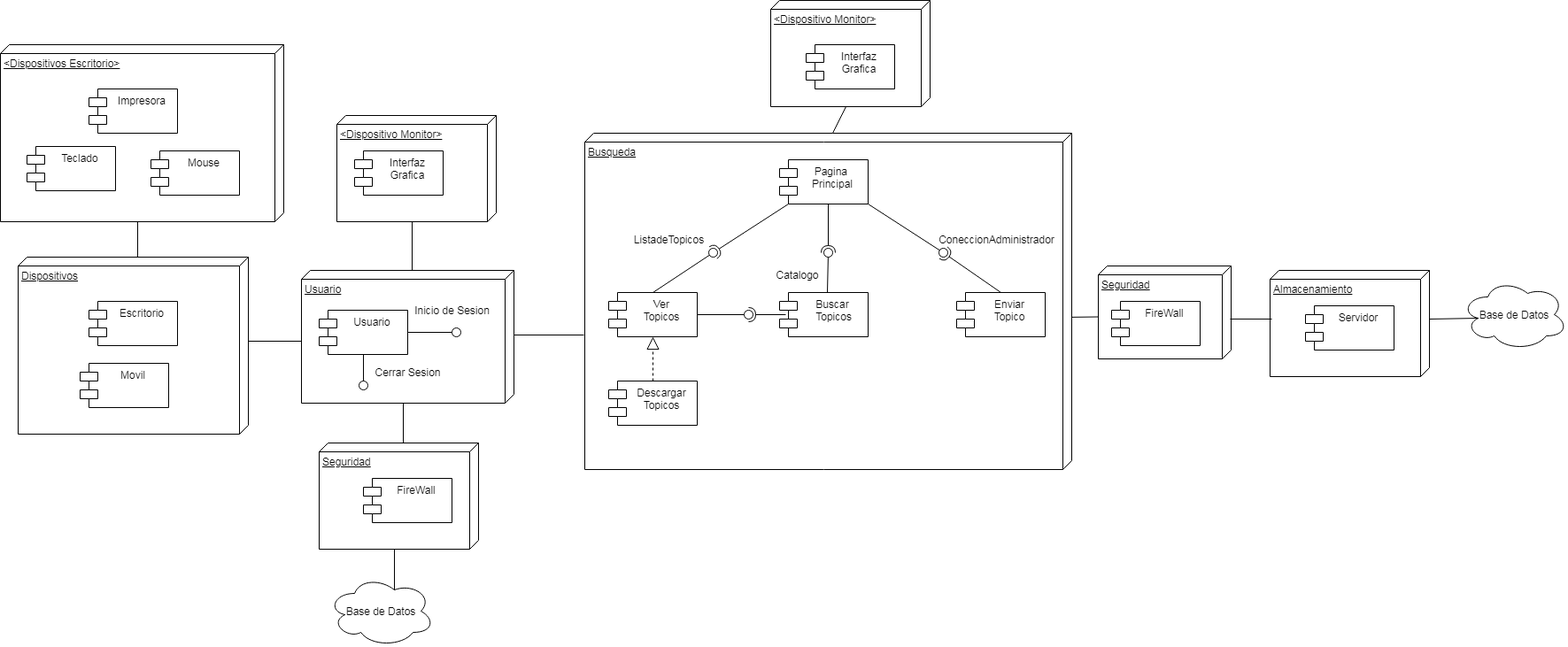
This is Diagramas/D.Dis.drawio.png from GuillermoSoria97/Analisis_Avanzado_de_Software, a draw.io export, as it was before one commit. Source tidied: cells renumbered, new cells last; positions are measured from the earlier drawing's top-left corner, leaving out a move shared by most shapes.
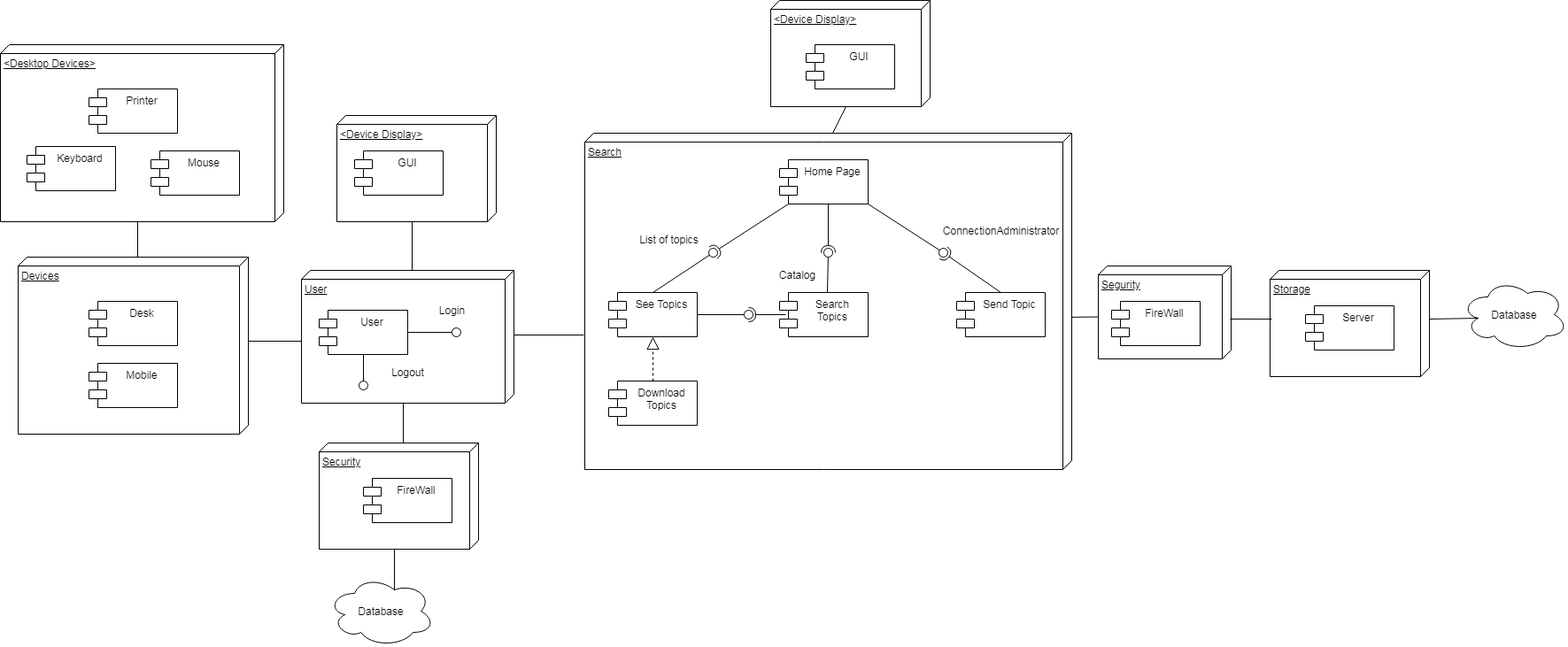
Later version of the same file.

What changed in the source:
```diff
@@ -2,20 +2,20 @@
   <root>
     <mxCell id="0" />
     <mxCell id="1" parent="0" />
-    <mxCell id="2" value="Dispositivos" style="verticalAlign=top;align=left;spacingTop=8;spacingLeft=2;spacingRight=12;shape=cube;size=10;direction=south;fontStyle=4;html=1;" parent="1" vertex="1">
+    <mxCell id="2" value="Devices" style="verticalAlign=top;align=left;spacingTop=8;spacingLeft=2;spacingRight=12;shape=cube;size=10;direction=south;fontStyle=4;html=1;" parent="1" vertex="1">
       <mxGeometry x="20" y="290" width="260" height="200" as="geometry" />
     </mxCell>
-    <mxCell id="3" value="Usuario" style="verticalAlign=top;align=left;spacingTop=8;spacingLeft=2;spacingRight=12;shape=cube;size=10;direction=south;fontStyle=4;html=1;" parent="1" vertex="1">
+    <mxCell id="3" value="User" style="verticalAlign=top;align=left;spacingTop=8;spacingLeft=2;spacingRight=12;shape=cube;size=10;direction=south;fontStyle=4;html=1;" parent="1" vertex="1">
       <mxGeometry x="340" y="305" width="240" height="150" as="geometry" />
     </mxCell>
-    <mxCell id="4" value="Usuario" style="shape=module;align=left;spacingLeft=20;align=center;verticalAlign=top;" parent="1" vertex="1">
+    <mxCell id="4" value="User" style="shape=module;align=left;spacingLeft=20;align=center;verticalAlign=top;" parent="1" vertex="1">
       <mxGeometry x="360" y="350" width="100" height="50" as="geometry" />
     </mxCell>
-    <mxCell id="5" value="Escritorio" style="shape=module;align=left;spacingLeft=20;align=center;verticalAlign=top;" parent="1" vertex="1">
+    <mxCell id="5" value="Desk" style="shape=module;align=left;spacingLeft=20;align=center;verticalAlign=top;" parent="1" vertex="1">
       <mxGeometry x="100" y="340" width="100" height="50" as="geometry" />
     </mxCell>
-    <mxCell id="6" value="Movil" style="shape=module;align=left;spacingLeft=20;align=center;verticalAlign=top;" parent="1" vertex="1">
-      <mxGeometry x="90" y="410" width="100" height="50" as="geometry" />
+    <mxCell id="6" value="Mobile" style="shape=module;align=left;spacingLeft=20;align=center;verticalAlign=top;" parent="1" vertex="1">
+      <mxGeometry x="100" y="410" width="100" height="50" as="geometry" />
     </mxCell>
     <mxCell id="7" style="rounded=0;jettySize=auto;html=1;endArrow=none;endFill=0;exitX=1;exitY=0.5;exitDx=0;exitDy=0;" parent="1" edge="1" source="4" target="8">
       <mxGeometry relative="1" as="geometry" />
@@ -29,16 +29,16 @@
     <mxCell id="10" style="ellipse;whiteSpace=wrap;html=1;fontFamily=Helvetica;fontSize=12;fontColor=#000000;align=center;strokeColor=#000000;fillColor=#ffffff;points=[];" parent="1" vertex="1">
       <mxGeometry x="405" y="430" width="10" height="10" as="geometry" />
     </mxCell>
-    <mxCell id="11" value="Inicio de Sesion" style="text;html=1;align=center;verticalAlign=middle;" parent="1" vertex="1">
-      <mxGeometry x="460" y="340" width="100" height="20" as="geometry" />
+    <mxCell id="11" value="Login" style="text;html=1;align=center;verticalAlign=middle;" parent="1" vertex="1">
+      <mxGeometry x="490" y="340" width="40" height="20" as="geometry" />
     </mxCell>
-    <mxCell id="12" value="Cerrar Sesion" style="text;html=1;align=center;verticalAlign=middle;" parent="1" vertex="1">
-      <mxGeometry x="415" y="410" width="90" height="20" as="geometry" />
+    <mxCell id="12" value="Logout" style="text;html=1;align=center;verticalAlign=middle;" parent="1" vertex="1">
+      <mxGeometry x="435" y="410" width="50" height="20" as="geometry" />
     </mxCell>
-    <mxCell id="13" value="&amp;lt;Dispositivo Monitor&amp;gt;" style="verticalAlign=top;align=left;spacingTop=8;spacingLeft=2;spacingRight=12;shape=cube;size=10;direction=south;fontStyle=4;html=1;" parent="1" vertex="1">
+    <mxCell id="13" value="&amp;lt;Device Display&amp;gt;" style="verticalAlign=top;align=left;spacingTop=8;spacingLeft=2;spacingRight=12;shape=cube;size=10;direction=south;fontStyle=4;html=1;" parent="1" vertex="1">
       <mxGeometry x="380" y="130" width="180" height="120" as="geometry" />
     </mxCell>
-    <mxCell id="14" value="Interfaz &#10;Grafica" style="shape=module;align=left;spacingLeft=20;align=center;verticalAlign=top;" parent="1" vertex="1">
+    <mxCell id="14" value="GUI" style="shape=module;align=left;spacingLeft=20;align=center;verticalAlign=top;" parent="1" vertex="1">
       <mxGeometry x="400" y="170" width="100" height="50" as="geometry" />
     </mxCell>
     <mxCell id="15" style="endArrow=none;html=1;exitX=0;exitY=0;exitDx=0;exitDy=115;exitPerimeter=0;entryX=0;entryY=0;entryDx=120;entryDy=95;entryPerimeter=0;" parent="1" edge="1" source="3" target="13">
@@ -47,22 +47,22 @@
     <mxCell id="16" style="endArrow=none;html=1;exitX=0;exitY=0;exitDx=95;exitDy=0;exitPerimeter=0;entryX=0;entryY=0;entryDx=80;entryDy=240;entryPerimeter=0;" parent="1" edge="1" source="2" target="3">
       <mxGeometry relative="1" as="geometry" />
     </mxCell>
-    <mxCell id="17" value="Busqueda" style="verticalAlign=top;align=left;spacingTop=8;spacingLeft=2;spacingRight=12;shape=cube;size=10;direction=south;fontStyle=4;html=1;" parent="1" vertex="1">
+    <mxCell id="17" value="Search" style="verticalAlign=top;align=left;spacingTop=8;spacingLeft=2;spacingRight=12;shape=cube;size=10;direction=south;fontStyle=4;html=1;" parent="1" vertex="1">
       <mxGeometry x="660" y="150" width="550" height="380" as="geometry" />
     </mxCell>
-    <mxCell id="18" value="Pagina &#10;Principal" style="shape=module;align=left;spacingLeft=20;align=center;verticalAlign=top;" parent="1" vertex="1">
+    <mxCell id="18" value="Home Page" style="shape=module;align=left;spacingLeft=20;align=center;verticalAlign=top;" parent="1" vertex="1">
       <mxGeometry x="880" y="180" width="100" height="50" as="geometry" />
     </mxCell>
-    <mxCell id="19" value="Buscar&#10; Topicos" style="shape=module;align=left;spacingLeft=20;align=center;verticalAlign=top;" parent="1" vertex="1">
+    <mxCell id="19" value="Search &#10;Topics" style="shape=module;align=left;spacingLeft=20;align=center;verticalAlign=top;" parent="1" vertex="1">
       <mxGeometry x="880" y="330" width="100" height="50" as="geometry" />
     </mxCell>
-    <mxCell id="20" value="Ver&#10;Topicos" style="shape=module;align=left;spacingLeft=20;align=center;verticalAlign=top;" parent="1" vertex="1">
+    <mxCell id="20" value="See Topics" style="shape=module;align=left;spacingLeft=20;align=center;verticalAlign=top;" parent="1" vertex="1">
       <mxGeometry x="687" y="330" width="100" height="50" as="geometry" />
     </mxCell>
-    <mxCell id="21" value="Enviar&#10;Topico" style="shape=module;align=left;spacingLeft=20;align=center;verticalAlign=top;" parent="1" vertex="1">
+    <mxCell id="21" value="Send Topic" style="shape=module;align=left;spacingLeft=20;align=center;verticalAlign=top;" parent="1" vertex="1">
       <mxGeometry x="1080" y="330" width="100" height="50" as="geometry" />
     </mxCell>
-    <mxCell id="22" value="Descargar&#10;Topicos" style="shape=module;align=left;spacingLeft=20;align=center;verticalAlign=top;" parent="1" vertex="1">
+    <mxCell id="22" value="Download &#10;Topics" style="shape=module;align=left;spacingLeft=20;align=center;verticalAlign=top;" parent="1" vertex="1">
       <mxGeometry x="687" y="430" width="100" height="50" as="geometry" />
     </mxCell>
     <mxCell id="23" style="endArrow=block;dashed=1;endFill=0;endSize=12;html=1;exitX=0.5;exitY=0;exitDx=0;exitDy=0;entryX=0.5;entryY=1;entryDx=0;entryDy=0;" parent="1" edge="1" source="22" target="20">
@@ -97,14 +97,14 @@
     <mxCell id="32" style="ellipse;whiteSpace=wrap;html=1;fontFamily=Helvetica;fontSize=12;fontColor=#000000;align=center;strokeColor=#000000;fillColor=#ffffff;points=[];" parent="1" vertex="1">
       <mxGeometry x="1060" y="280" width="10" height="10" as="geometry" />
     </mxCell>
-    <mxCell id="33" value="ConeccionAdministrador" style="text;html=1;align=center;verticalAlign=middle;" parent="1" vertex="1">
-      <mxGeometry x="1050" y="260" width="150" height="20" as="geometry" />
+    <mxCell id="33" value="&lt;div style=&quot;text-align: left&quot;&gt;&lt;br&gt;&lt;/div&gt;" style="text;html=1;align=center;verticalAlign=middle;" parent="1" vertex="1">
+      <mxGeometry x="1115" y="260" width="20" height="20" as="geometry" />
     </mxCell>
-    <mxCell id="34" value="Catalogo" style="text;html=1;align=center;verticalAlign=middle;" parent="1" vertex="1">
+    <mxCell id="34" value="Catalog" style="text;html=1;align=center;verticalAlign=middle;" parent="1" vertex="1">
       <mxGeometry x="870" y="300" width="60" height="20" as="geometry" />
     </mxCell>
-    <mxCell id="35" value="ListadeTopicos" style="text;html=1;align=center;verticalAlign=middle;" parent="1" vertex="1">
-      <mxGeometry x="710" y="260" width="90" height="20" as="geometry" />
+    <mxCell id="35" value="List of topics" style="text;html=1;align=center;verticalAlign=middle;" parent="1" vertex="1">
+      <mxGeometry x="715" y="260" width="80" height="20" as="geometry" />
     </mxCell>
     <mxCell id="36" style="rounded=0;jettySize=auto;html=1;endArrow=none;endFill=0;exitX=1;exitY=0.5;exitDx=0;exitDy=0;" parent="1" edge="1" source="20" target="38">
       <mxGeometry relative="1" as="geometry" />
@@ -120,28 +120,28 @@
         <mxPoint x="580" y="378" as="sourcePoint" />
       </mxGeometry>
     </mxCell>
-    <mxCell id="40" value="&amp;lt;Dispositivo Monitor&amp;gt;" style="verticalAlign=top;align=left;spacingTop=8;spacingLeft=2;spacingRight=12;shape=cube;size=10;direction=south;fontStyle=4;html=1;" parent="1" vertex="1">
+    <mxCell id="40" value="&amp;lt;Device Display&amp;gt;" style="verticalAlign=top;align=left;spacingTop=8;spacingLeft=2;spacingRight=12;shape=cube;size=10;direction=south;fontStyle=4;html=1;" parent="1" vertex="1">
       <mxGeometry x="870" width="180" height="120" as="geometry" />
     </mxCell>
-    <mxCell id="41" value="Interfaz&#10;Grafica" style="shape=module;align=left;spacingLeft=20;align=center;verticalAlign=top;" parent="1" vertex="1">
+    <mxCell id="41" value="GUI" style="shape=module;align=left;spacingLeft=20;align=center;verticalAlign=top;" parent="1" vertex="1">
       <mxGeometry x="910" y="50" width="100" height="50" as="geometry" />
     </mxCell>
-    <mxCell id="42" value="Almacenamiento" style="verticalAlign=top;align=left;spacingTop=8;spacingLeft=2;spacingRight=12;shape=cube;size=10;direction=south;fontStyle=4;html=1;" parent="1" vertex="1">
+    <mxCell id="42" value="Storage" style="verticalAlign=top;align=left;spacingTop=8;spacingLeft=2;spacingRight=12;shape=cube;size=10;direction=south;fontStyle=4;html=1;" parent="1" vertex="1">
       <mxGeometry x="1434" y="305" width="180" height="120" as="geometry" />
     </mxCell>
-    <mxCell id="43" value="Base de Datos" style="ellipse;shape=cloud;whiteSpace=wrap;html=1;" parent="1" vertex="1">
+    <mxCell id="43" value="Database" style="ellipse;shape=cloud;whiteSpace=wrap;html=1;" parent="1" vertex="1">
       <mxGeometry x="1650" y="315" width="120" height="80" as="geometry" />
     </mxCell>
-    <mxCell id="44" value="Servidor" style="shape=module;align=left;spacingLeft=20;align=center;verticalAlign=top;" parent="1" vertex="1">
+    <mxCell id="44" value="Server" style="shape=module;align=left;spacingLeft=20;align=center;verticalAlign=top;" parent="1" vertex="1">
       <mxGeometry x="1474" y="345" width="100" height="50" as="geometry" />
     </mxCell>
-    <mxCell id="45" value="Seguridad" style="verticalAlign=top;align=left;spacingTop=8;spacingLeft=2;spacingRight=12;shape=cube;size=10;direction=south;fontStyle=4;html=1;" parent="1" vertex="1">
+    <mxCell id="45" value="Security" style="verticalAlign=top;align=left;spacingTop=8;spacingLeft=2;spacingRight=12;shape=cube;size=10;direction=south;fontStyle=4;html=1;" parent="1" vertex="1">
       <mxGeometry x="360" y="500" width="180" height="120" as="geometry" />
     </mxCell>
     <mxCell id="46" value="FireWall" style="shape=module;align=left;spacingLeft=20;align=center;verticalAlign=top;" parent="1" vertex="1">
       <mxGeometry x="410" y="540" width="100" height="50" as="geometry" />
     </mxCell>
-    <mxCell id="47" value="Base de Datos" style="ellipse;shape=cloud;whiteSpace=wrap;html=1;" parent="1" vertex="1">
+    <mxCell id="47" value="Database" style="ellipse;shape=cloud;whiteSpace=wrap;html=1;" parent="1" vertex="1">
       <mxGeometry x="370" y="650" width="120" height="80" as="geometry" />
     </mxCell>
     <mxCell id="48" style="endArrow=none;html=1;entryX=0;entryY=0;entryDx=150;entryDy=125;entryPerimeter=0;exitX=0;exitY=0;exitDx=0;exitDy=85;exitPerimeter=0;" parent="1" edge="1" source="45" target="3">
@@ -150,7 +150,7 @@
     <mxCell id="49" style="endArrow=none;html=1;entryX=0;entryY=0;entryDx=120;entryDy=95;entryPerimeter=0;exitX=0.625;exitY=0.2;exitDx=0;exitDy=0;exitPerimeter=0;" parent="1" edge="1" source="47" target="45">
       <mxGeometry relative="1" as="geometry" />
     </mxCell>
-    <mxCell id="50" value="Seguridad" style="verticalAlign=top;align=left;spacingTop=8;spacingLeft=2;spacingRight=12;shape=cube;size=10;direction=south;fontStyle=4;html=1;" parent="1" vertex="1">
+    <mxCell id="50" value="Segurity" style="verticalAlign=top;align=left;spacingTop=8;spacingLeft=2;spacingRight=12;shape=cube;size=10;direction=south;fontStyle=4;html=1;" parent="1" vertex="1">
       <mxGeometry x="1240" y="300" width="150" height="105" as="geometry" />
     </mxCell>
     <mxCell id="51" value="FireWall" style="shape=module;align=left;spacingLeft=20;align=center;verticalAlign=top;" parent="1" vertex="1">
@@ -165,13 +165,13 @@
     <mxCell id="54" style="endArrow=none;html=1;exitX=0;exitY=0;exitDx=55;exitDy=0;exitPerimeter=0;entryX=0.16;entryY=0.55;entryDx=0;entryDy=0;entryPerimeter=0;" parent="1" edge="1" source="42" target="43">
       <mxGeometry relative="1" as="geometry" />
     </mxCell>
-    <mxCell id="55" value="&amp;lt;Dispositivos Escritorio&amp;gt;" style="verticalAlign=top;align=left;spacingTop=8;spacingLeft=2;spacingRight=12;shape=cube;size=10;direction=south;fontStyle=4;html=1;" parent="1" vertex="1">
+    <mxCell id="55" value="&amp;lt;Desktop Devices&amp;gt;" style="verticalAlign=top;align=left;spacingTop=8;spacingLeft=2;spacingRight=12;shape=cube;size=10;direction=south;fontStyle=4;html=1;" parent="1" vertex="1">
       <mxGeometry y="50" width="320" height="200" as="geometry" />
     </mxCell>
-    <mxCell id="56" value="Teclado" style="shape=module;align=left;spacingLeft=20;align=center;verticalAlign=top;" parent="1" vertex="1">
+    <mxCell id="56" value="Keyboard" style="shape=module;align=left;spacingLeft=20;align=center;verticalAlign=top;" parent="1" vertex="1">
       <mxGeometry x="30" y="165" width="100" height="50" as="geometry" />
     </mxCell>
-    <mxCell id="57" value="Impresora" style="shape=module;align=left;spacingLeft=20;align=center;verticalAlign=top;" parent="1" vertex="1">
+    <mxCell id="57" value="Printer" style="shape=module;align=left;spacingLeft=20;align=center;verticalAlign=top;" parent="1" vertex="1">
       <mxGeometry x="100" y="100" width="100" height="50" as="geometry" />
     </mxCell>
     <mxCell id="58" value="Mouse" style="shape=module;align=left;spacingLeft=20;align=center;verticalAlign=top;" parent="1" vertex="1">
@@ -183,5 +183,8 @@
     <mxCell id="60" style="endArrow=none;html=1;exitX=0;exitY=0;exitDx=0;exitDy=270;exitPerimeter=0;entryX=0;entryY=0;entryDx=120;entryDy=95;entryPerimeter=0;" parent="1" edge="1" source="17" target="40">
       <mxGeometry relative="1" as="geometry" />
     </mxCell>
+    <mxCell id="61" value="ConnectionAdministrator" style="text;html=1;align=center;verticalAlign=middle;" parent="1" vertex="1">
+      <mxGeometry x="1055" y="250" width="150" height="20" as="geometry" />
+    </mxCell>
   </root>
 </mxGraphModel>
```
